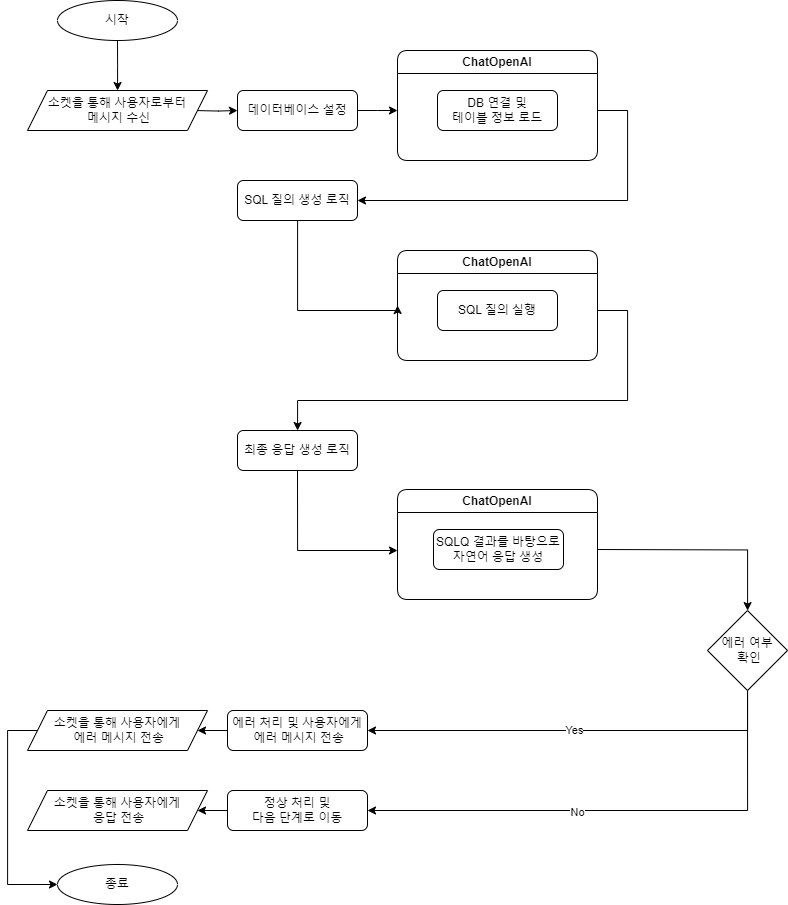
Brazen-Story/mall_chatbot keeps this draw.io diagram as chatbot.drawio.png. Above is the earlier version. Source tidied: cells renumbered, new cells last; positions are measured from the earlier drawing's top-left corner, leaving out a move shared by most shapes.
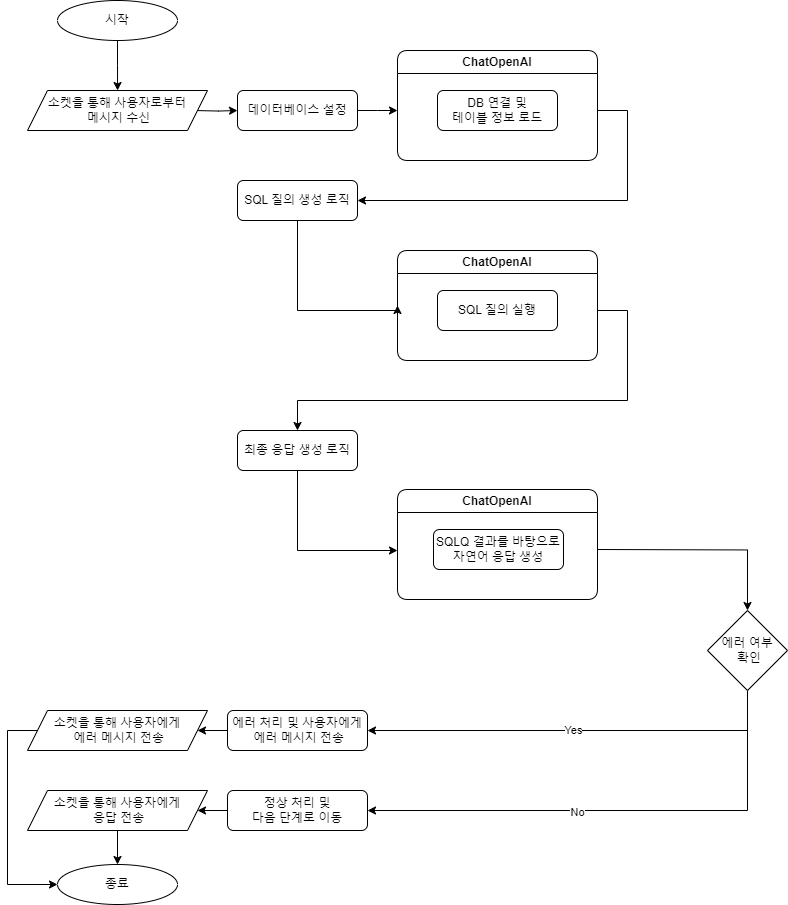
The same file after the commit.

Change to the diagram source:
```diff
@@ -118,6 +118,9 @@
     <mxCell id="28" value="정상 처리 및 &lt;br&gt;다음 단계로 이동" style="rounded=1;whiteSpace=wrap;html=1;" parent="1" vertex="1">
       <mxGeometry x="220" y="790" width="140" height="40" as="geometry" />
     </mxCell>
+    <mxCell id="34" style="edgeStyle=orthogonalEdgeStyle;rounded=0;jettySize=auto;html=1;exitX=0.5;exitY=1;exitDx=0;exitDy=0;" parent="1" edge="1" source="29" target="32">
+      <mxGeometry relative="1" as="geometry" />
+    </mxCell>
     <mxCell id="29" value="소켓을 통해 사용자에게&lt;br&gt;&amp;nbsp;응답 전송" style="shape=parallelogram;perimeter=parallelogramPerimeter;whiteSpace=wrap;html=1;fixedSize=1;" parent="1" vertex="1">
       <mxGeometry x="20" y="790" width="180" height="40" as="geometry" />
     </mxCell>
```
